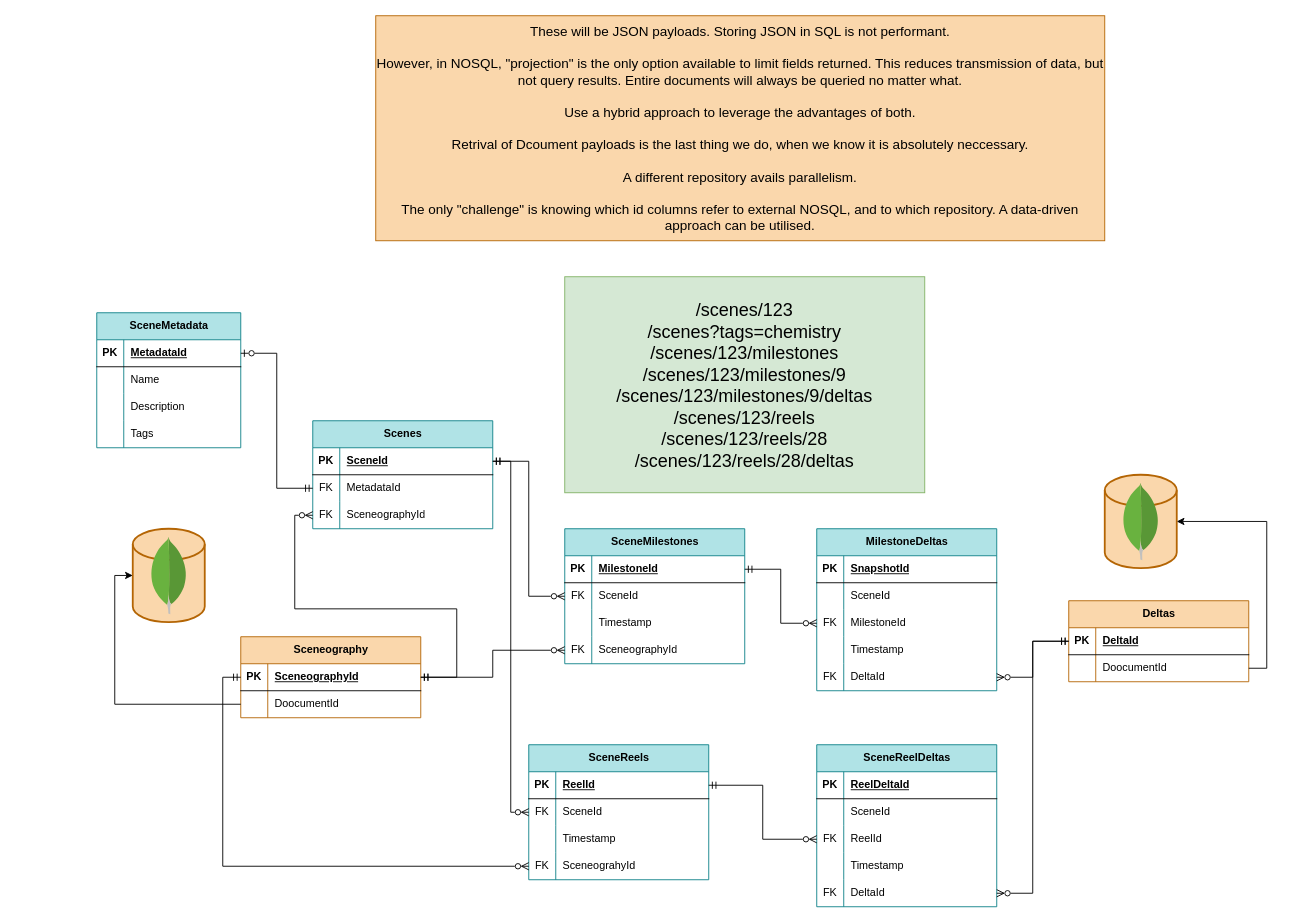
Above: src/Scenography/Teatro.EntityFrameworkCore/Documentation/Scenography ERD.drawio in adaptician/panorama (draw.io), before the change. Source tidied: cells renumbered, new cells numbered last; positions are measured from the earlier drawing's top-left corner, leaving out a move shared by most shapes. Both pictures are drawn from the tidied source at 90%, with x=0, y=0 at pixel (96, 15).
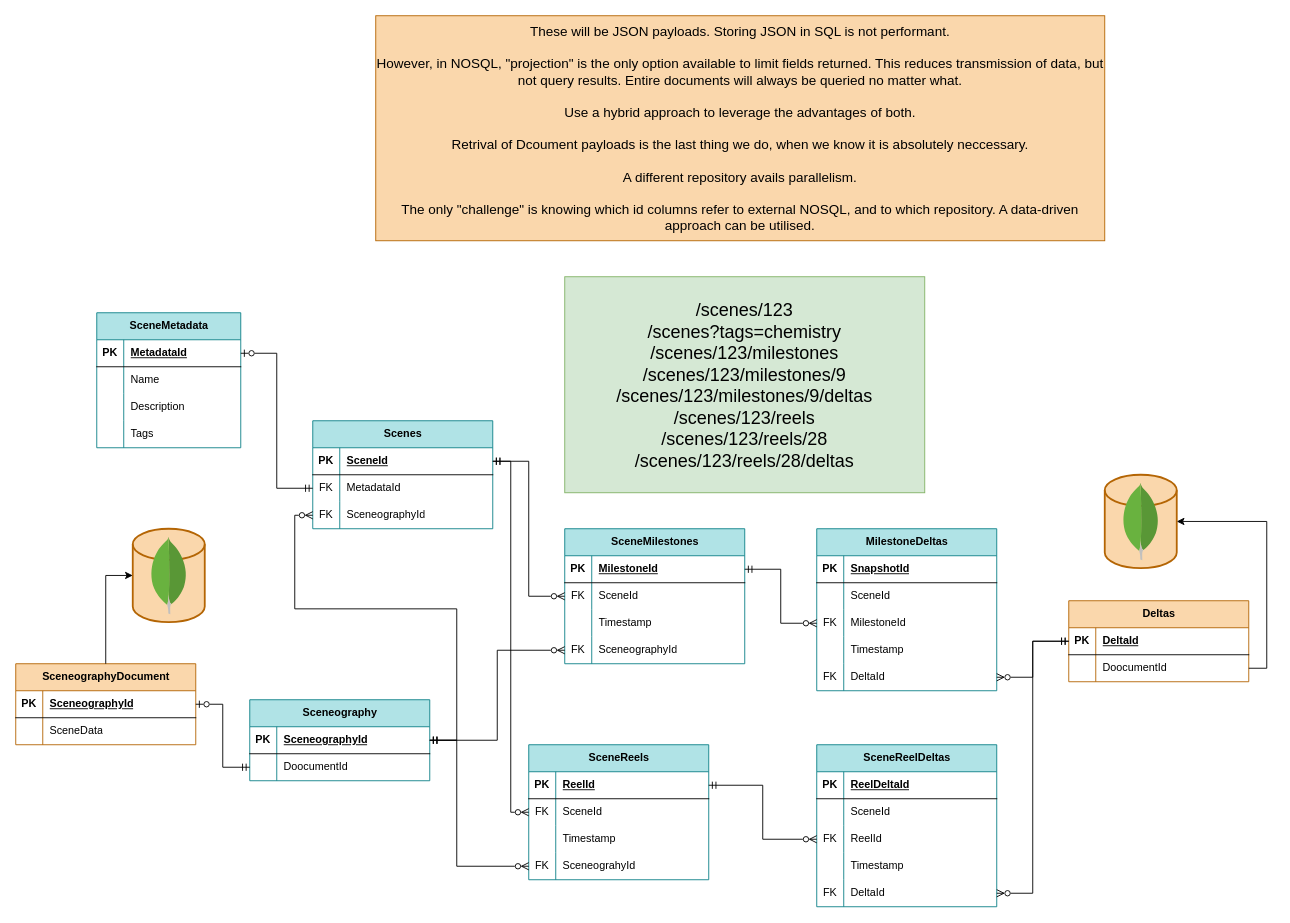
The same page after the edit.

Unchanged cells that the change refers to:
```xml
<mxCell id="9" style="shape=tableRow;horizontal=0;startSize=0;swimlaneHead=0;swimlaneBody=0;fillColor=none;points=[[0,0.5],[1,0.5]];portConstraint=eastwest;top=0;left=0;right=0;bottom=0;" parent="2" vertex="1">
  <mxGeometry y="90" width="200" height="30" as="geometry" />
</mxCell>
<mxCell id="67" style="shape=tableRow;horizontal=0;startSize=0;swimlaneHead=0;swimlaneBody=0;fillColor=none;points=[[0,0.5],[1,0.5]];portConstraint=eastwest;top=0;left=0;right=0;bottom=0;" parent="57" vertex="1">
  <mxGeometry y="120" width="200" height="30" as="geometry" />
</mxCell>
<mxCell id="87" style="shape=tableRow;horizontal=0;startSize=0;swimlaneHead=0;swimlaneBody=0;fillColor=none;points=[[0,0.5],[1,0.5]];portConstraint=eastwest;top=0;left=0;right=0;bottom=1;" parent="86" vertex="1">
  <mxGeometry y="30" width="200" height="30" as="geometry" />
</mxCell>
<mxCell id="90" style="shape=tableRow;horizontal=0;startSize=0;swimlaneHead=0;swimlaneBody=0;fillColor=none;points=[[0,0.5],[1,0.5]];portConstraint=eastwest;top=0;left=0;right=0;bottom=0;" parent="86" vertex="1">
  <mxGeometry y="60" width="200" height="30" as="geometry" />
</mxCell>
<mxCell id="108" style="strokeWidth=2;html=1;shape=mxgraph.flowchart.database;whiteSpace=wrap;fillColor=#fad7ac;strokeColor=#b46504;" parent="107" vertex="1">
  <mxGeometry width="80" height="103.8" as="geometry" />
</mxCell>
```

What changed in the source:
```diff
@@
-    <mxCell id="86" value="Sceneography" style="shape=table;startSize=30;childLayout=tableLayout;rowLines=0;fontStyle=1;align=center;html=1;fillColor=#fad7ac;strokeColor=#b46504;" parent="1" vertex="1">
-      <mxGeometry x="160" y="690" width="200" height="90" as="geometry" />
+    <mxCell id="86" value="Sceneography" style="shape=table;startSize=30;childLayout=tableLayout;rowLines=0;fontStyle=1;align=center;html=1;fillColor=#b0e3e6;strokeColor=#0e8088;" parent="1" vertex="1">
+      <mxGeometry x="170" y="760" width="200" height="90" as="geometry" />
     </mxCell>
@@
     <mxCell id="102" style="edgeStyle=orthogonalEdgeStyle;rounded=0;jettySize=auto;html=1;exitX=0;exitY=0.5;exitDx=0;exitDy=0;entryX=1;entryY=0.5;entryDx=0;entryDy=0;endArrow=ERmandOne;endFill=0;startArrow=ERzeroToMany;startFill=0;" parent="1" edge="1" source="9" target="87">
       <mxGeometry relative="1" as="geometry">
         <Array as="points">
           <mxPoint x="220" y="555" />
           <mxPoint x="220" y="659" />
           <mxPoint x="400" y="659" />
-          <mxPoint x="400" y="735" />
+          <mxPoint x="400" y="805" />
         </Array>
       </mxGeometry>
     </mxCell>
@@
-    <mxCell id="114" style="edgeStyle=orthogonalEdgeStyle;rounded=0;jettySize=auto;html=1;exitX=0;exitY=0.5;exitDx=0;exitDy=0;entryX=0;entryY=0.5;entryDx=0;entryDy=0;entryPerimeter=0;" parent="1" edge="1" source="90" target="108">
-      <mxGeometry relative="1" as="geometry" />
-    </mxCell>
@@
-    <mxCell id="116" style="edgeStyle=orthogonalEdgeStyle;rounded=0;jettySize=auto;html=1;exitX=0;exitY=0.5;exitDx=0;exitDy=0;entryX=0;entryY=0.5;entryDx=0;entryDy=0;endArrow=ERmandOne;endFill=0;startArrow=ERzeroToMany;startFill=0;" parent="1" edge="1" source="67" target="87">
-      <mxGeometry relative="1" as="geometry" />
+    <mxCell id="116" style="edgeStyle=orthogonalEdgeStyle;rounded=0;jettySize=auto;html=1;exitX=0;exitY=0.5;exitDx=0;exitDy=0;entryX=1;entryY=0.5;entryDx=0;entryDy=0;endArrow=ERmandOne;endFill=0;startArrow=ERzeroToMany;startFill=0;" parent="1" edge="1" source="67" target="87">
+      <mxGeometry relative="1" as="geometry">
+        <Array as="points">
+          <mxPoint x="400" y="945" />
+          <mxPoint x="400" y="805" />
+        </Array>
+      </mxGeometry>
     </mxCell>
+    <mxCell id="117" value="SceneographyDocument" style="shape=table;startSize=30;childLayout=tableLayout;rowLines=0;fontStyle=1;align=center;html=1;fillColor=#fad7ac;strokeColor=#b46504;" parent="1" vertex="1">
+      <mxGeometry x="-90" y="720" width="200" height="90" as="geometry" />
+    </mxCell>
+    <mxCell id="118" style="shape=tableRow;horizontal=0;startSize=0;swimlaneHead=0;swimlaneBody=0;fillColor=none;points=[[0,0.5],[1,0.5]];portConstraint=eastwest;top=0;left=0;right=0;bottom=1;" parent="117" vertex="1">
+      <mxGeometry y="30" width="200" height="30" as="geometry" />
+    </mxCell>
+    <mxCell id="119" value="PK" style="shape=partialRectangle;fillColor=none;top=0;left=0;bottom=0;right=0;fontStyle=1;overflow=hidden;whiteSpace=wrap;html=1;" parent="118" vertex="1">
+      <mxGeometry width="30" height="30" as="geometry" />
+    </mxCell>
+    <mxCell id="120" value="SceneographyId" style="shape=partialRectangle;fillColor=none;top=0;left=0;bottom=0;right=0;align=left;spacingLeft=6;fontStyle=5;overflow=hidden;whiteSpace=wrap;html=1;" parent="118" vertex="1">
+      <mxGeometry x="30" width="170" height="30" as="geometry" />
+    </mxCell>
+    <mxCell id="121" style="shape=tableRow;horizontal=0;startSize=0;swimlaneHead=0;swimlaneBody=0;fillColor=none;top=0;left=0;right=0;bottom=0;" parent="117" vertex="1">
+      <mxGeometry y="60" width="200" height="30" as="geometry" />
+    </mxCell>
+    <mxCell id="122" style="shape=partialRectangle;fillColor=none;top=0;left=0;bottom=0;right=0;overflow=hidden;whiteSpace=wrap;html=1;" parent="121" vertex="1">
+      <mxGeometry width="30" height="30" as="geometry" />
+    </mxCell>
+    <mxCell id="123" value="SceneData" style="shape=partialRectangle;top=0;left=0;bottom=0;right=0;align=left;spacingLeft=6;overflow=hidden;whiteSpace=wrap;html=1;fillColor=none;" parent="121" vertex="1">
+      <mxGeometry x="30" width="170" height="30" as="geometry" />
+    </mxCell>
+    <mxCell id="124" style="edgeStyle=orthogonalEdgeStyle;rounded=0;jettySize=auto;html=1;exitX=0.5;exitY=0;exitDx=0;exitDy=0;entryX=0;entryY=0.5;entryDx=0;entryDy=0;entryPerimeter=0;" parent="1" edge="1" source="117" target="108">
+      <mxGeometry relative="1" as="geometry" />
+    </mxCell>
+    <mxCell id="125" style="edgeStyle=orthogonalEdgeStyle;rounded=0;jettySize=auto;html=1;exitX=0;exitY=0.5;exitDx=0;exitDy=0;entryX=1;entryY=0.5;entryDx=0;entryDy=0;endArrow=ERzeroToOne;endFill=0;startArrow=ERmandOne;startFill=0;" parent="1" edge="1" source="90" target="118">
+      <mxGeometry relative="1" as="geometry" />
+    </mxCell>
```
